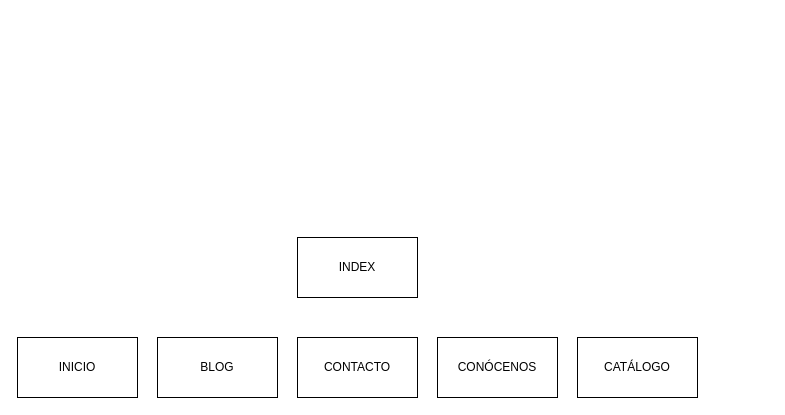
Earlier version of the draw.io diagram Mapa sitio web.drawio (HuBaMarin/projInterfaces). Source tidied: cells renumbered, new cells numbered last; positions are measured from the earlier drawing's top-left corner, leaving out a move shared by most shapes. Both pictures are drawn from the tidied source at 100%, with x=0, y=0 at pixel (17, 237).
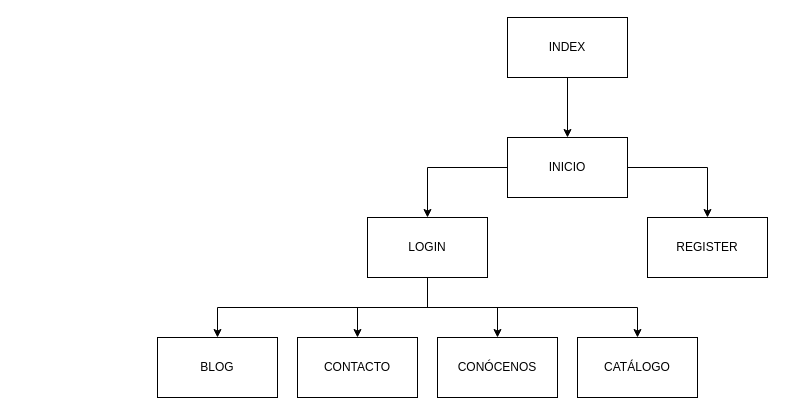
The same diagram, later.

Diff of the diagram source:
```diff
@@
 <mxGraphModel>
   <root>
     <mxCell id="0" />
     <mxCell id="1" parent="0" />
+    <mxCell id="8" style="edgeStyle=orthogonalEdgeStyle;rounded=0;jettySize=auto;html=1;entryX=0.5;entryY=0;entryDx=0;entryDy=0;" parent="1" edge="1" source="2" target="3">
+      <mxGeometry relative="1" as="geometry" />
+    </mxCell>
     <mxCell id="2" value="INDEX" style="rounded=0;whiteSpace=wrap;html=1;" parent="1" vertex="1">
-      <mxGeometry x="280" width="120" height="60" as="geometry" />
+      <mxGeometry x="490" y="-220" width="120" height="60" as="geometry" />
     </mxCell>
+    <mxCell id="9" style="edgeStyle=orthogonalEdgeStyle;rounded=0;jettySize=auto;html=1;exitX=0;exitY=0.5;exitDx=0;exitDy=0;entryX=0.5;entryY=0;entryDx=0;entryDy=0;" parent="1" edge="1" source="3" target="15">
+      <mxGeometry relative="1" as="geometry" />
+    </mxCell>
+    <mxCell id="10" style="edgeStyle=orthogonalEdgeStyle;rounded=0;jettySize=auto;html=1;exitX=1;exitY=0.5;exitDx=0;exitDy=0;entryX=0.5;entryY=0;entryDx=0;entryDy=0;" parent="1" edge="1" source="3" target="16">
+      <mxGeometry relative="1" as="geometry" />
+    </mxCell>
     <mxCell id="3" value="INICIO" style="rounded=0;whiteSpace=wrap;html=1;" parent="1" vertex="1">
-      <mxGeometry y="100" width="120" height="60" as="geometry" />
+      <mxGeometry x="490" y="-100" width="120" height="60" as="geometry" />
     </mxCell>
     <mxCell id="4" value="BLOG" style="rounded=0;whiteSpace=wrap;html=1;" parent="1" vertex="1">
       <mxGeometry x="140" y="100" width="120" height="60" as="geometry" />
     </mxCell>
     <mxCell id="5" value="CONTACTO" style="rounded=0;whiteSpace=wrap;html=1;" parent="1" vertex="1">
       <mxGeometry x="280" y="100" width="120" height="60" as="geometry" />
     </mxCell>
     <mxCell id="6" value="CONÓCENOS" style="rounded=0;whiteSpace=wrap;html=1;" parent="1" vertex="1">
       <mxGeometry x="420" y="100" width="120" height="60" as="geometry" />
     </mxCell>
     <mxCell id="7" value="CATÁLOGO" style="rounded=0;whiteSpace=wrap;html=1;" parent="1" vertex="1">
       <mxGeometry x="560" y="100" width="120" height="60" as="geometry" />
     </mxCell>
+    <mxCell id="11" style="edgeStyle=orthogonalEdgeStyle;rounded=0;jettySize=auto;html=1;exitX=0.5;exitY=1;exitDx=0;exitDy=0;entryX=0.5;entryY=0;entryDx=0;entryDy=0;" parent="1" edge="1" source="15" target="4">
+      <mxGeometry relative="1" as="geometry" />
+    </mxCell>
+    <mxCell id="12" style="edgeStyle=orthogonalEdgeStyle;rounded=0;jettySize=auto;html=1;exitX=0.5;exitY=1;exitDx=0;exitDy=0;entryX=0.5;entryY=0;entryDx=0;entryDy=0;" parent="1" edge="1" source="15" target="5">
+      <mxGeometry relative="1" as="geometry" />
+    </mxCell>
+    <mxCell id="13" style="edgeStyle=orthogonalEdgeStyle;rounded=0;jettySize=auto;html=1;exitX=0.5;exitY=1;exitDx=0;exitDy=0;entryX=0.5;entryY=0;entryDx=0;entryDy=0;" parent="1" edge="1" source="15" target="6">
+      <mxGeometry relative="1" as="geometry" />
+    </mxCell>
+    <mxCell id="14" style="edgeStyle=orthogonalEdgeStyle;rounded=0;jettySize=auto;html=1;exitX=0.5;exitY=1;exitDx=0;exitDy=0;entryX=0.5;entryY=0;entryDx=0;entryDy=0;" parent="1" edge="1" source="15" target="7">
+      <mxGeometry relative="1" as="geometry" />
+    </mxCell>
+    <mxCell id="15" value="LOGIN" style="rounded=0;whiteSpace=wrap;html=1;" parent="1" vertex="1">
+      <mxGeometry x="350" y="-20" width="120" height="60" as="geometry" />
+    </mxCell>
+    <mxCell id="16" value="REGISTER" style="rounded=0;whiteSpace=wrap;html=1;" parent="1" vertex="1">
+      <mxGeometry x="630" y="-20" width="120" height="60" as="geometry" />
+    </mxCell>
   </root>
 </mxGraphModel>
```
